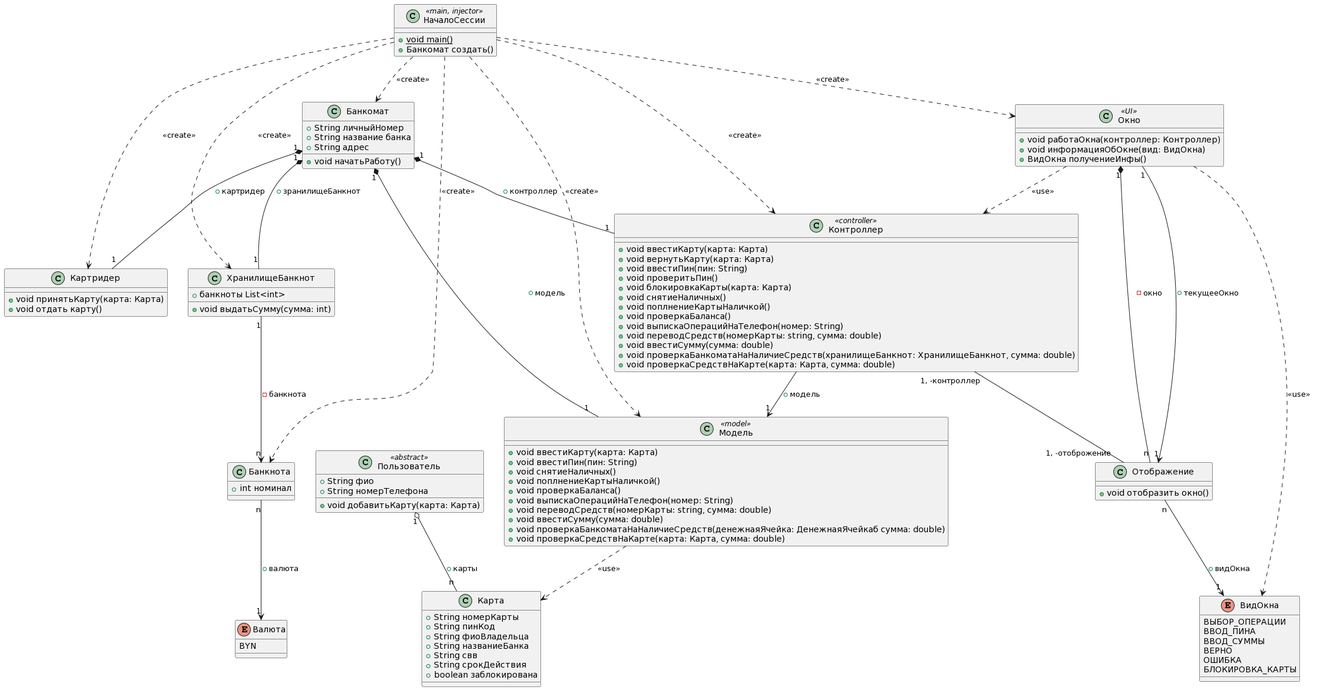
The PlantUML diagram doc/classDiagramBase.png in ArianaM03/PPVIS, before a commit.
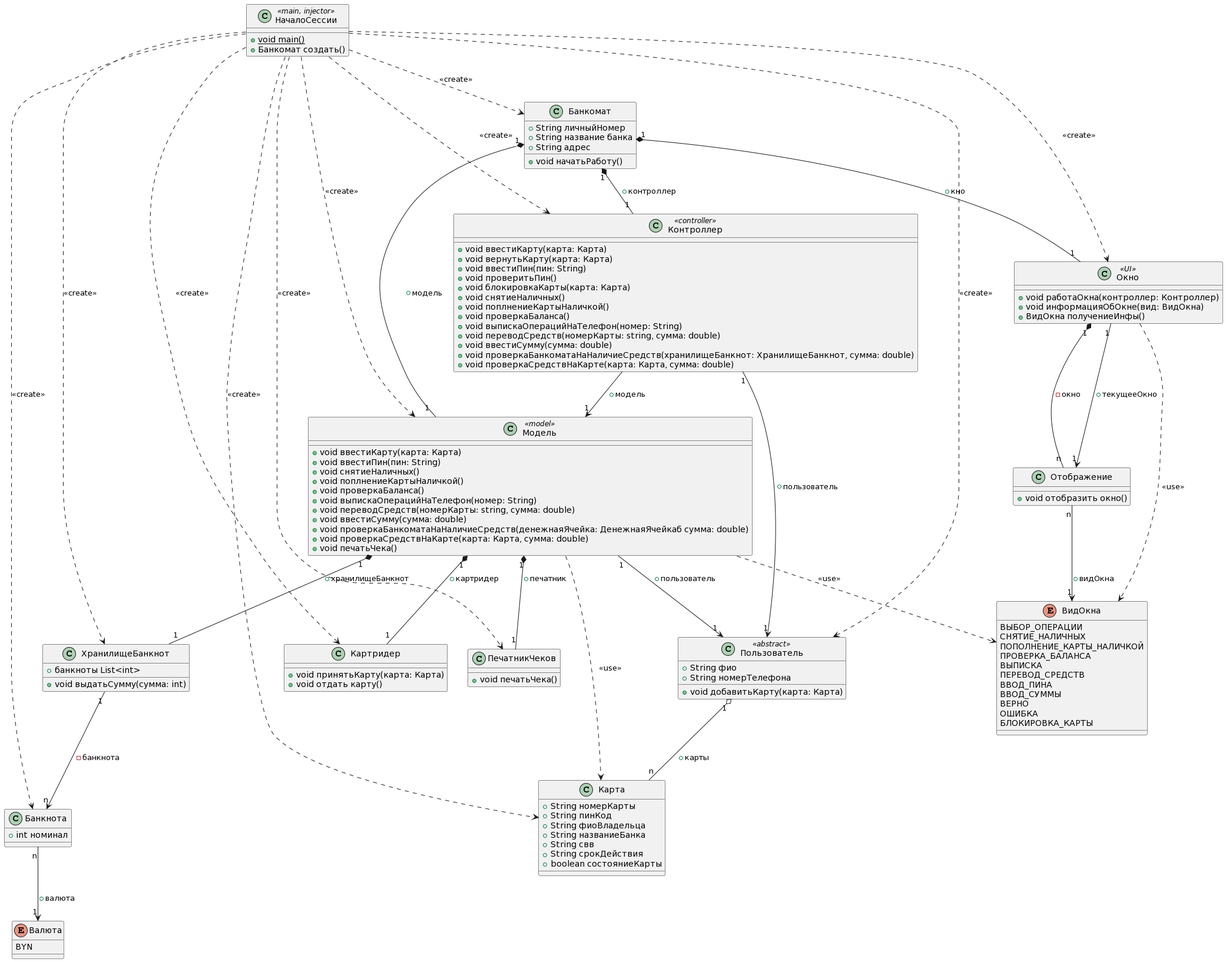
Above is the later version.

What changed in the source:
```diff
@@ -11,6 +11,9 @@
 НачалоСессии ..> Модель : <<create>>
 НачалоСессии ..> Контроллер : <<create>>
 НачалоСессии ..> Окно : <<create>>
+НачалоСессии ..> Пользователь: <<create>>
+НачалоСессии ..> ПечатникЧеков: <<create>>
+НачалоСессии ..> Карта: <<create>>
 
 class Пользователь <<abstract>>{
     + String фио
@@ -25,7 +28,7 @@
     + String названиеБанка
     + String свв
     + String срокДействия
-    + boolean заблокирована
+    + boolean состояниеКарты
 }
 
 Пользователь "1" o-- "n" Карта: +карты
@@ -49,10 +52,12 @@
     + void ввестиСумму(сумма: double)
     + void проверкаБанкоматаНаНаличиеСредств(денежнаяЯчейка: ДенежнаяЯчейкаб сумма: double)
     + void проверкаСредствНаКарте(карта: Карта, сумма: double)
+    + void печатьЧека()
 }
 
 Банкомат "1" *-- "1" Модель: +модель
 Модель ..> Карта: <<use>>
+Модель "1" --> "1" Пользователь: +пользователь
 
 class Контроллер <<controller>>{
     + void ввестиКарту(карта: Карта)
@@ -73,10 +78,15 @@
 
 Контроллер --> "1" Модель: +модель
 Банкомат "1" *-- "1" Контроллер: +контроллер
+Контроллер "1" --> "1" Пользователь: +пользователь
 
 class Картридер{
     + void принятьКарту(карта: Карта)
     + void отдать карту()
+}
+
+class ПечатникЧеков{
+    + void печатьЧека()
 }
 
 class ХранилищеБанкнот{
@@ -92,8 +102,9 @@
 BYN
 }
 
-Банкомат "1" *-- "1" Картридер: +картридер
-Банкомат "1" *-- "1" ХранилищеБанкнот: +зранилищеБанкнот
+Модель "1" *-- "1" Картридер: +картридер
+Модель "1" *-- "1" ХранилищеБанкнот: +хранилищеБанкнот
+Модель "1" *-- "1" ПечатникЧеков: +печатник
 ХранилищеБанкнот "1" --> "n" Банкнота: -банкнота
 Банкнота "n" --> "1" Валюта: + валюта
 
@@ -103,12 +114,19 @@
     + ВидОкна получениеИнфы()
 }
 
+Банкомат "1" *-- "1" Окно: +кно
+
 class Отображение{
     + void отобразить окно()
 }
 
 enum ВидОкна{
 ВЫБОР_ОПЕРАЦИИ
+СНЯТИЕ_НАЛИЧНЫХ
+ПОПОЛНЕНИЕ_КАРТЫ_НАЛИЧКОЙ
+ПРОВЕРКА_БАЛАНСА
+ВЫПИСКА
+ПЕРЕВОД_СРЕДСТВ
 ВВОД_ПИНА
 ВВОД_СУММЫ
 ВЕРНО
@@ -118,9 +136,8 @@
 }
 
 Окно ..> ВидОкна: <<use>>
-Окно ..> Контроллер: <<use>>
 Окно "1" *-- "n" Отображение: -окно
 Отображение "n" -->  "1" ВидОкна: +видОкна
 Окно "1" --> "1" Отображение: +текущееОкно
-Контроллер "1, -контроллер" -- "1, -отоброжение" Отображение
+Модель ..> ВидОкна: <<use>>
 @enduml
```
